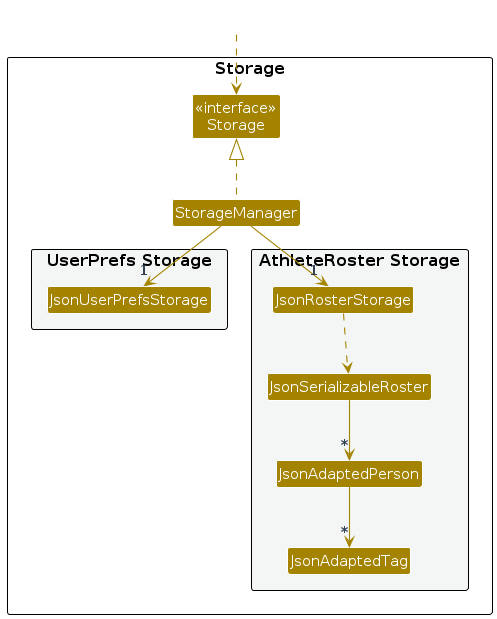
This is diagrams/StorageClassDiagram.png from AY2627S1-CS2103T-T17-2/tp, a PlantUML export, as it was before one commit. Its source is kept beside it as diagrams/StorageClassDiagram.puml.
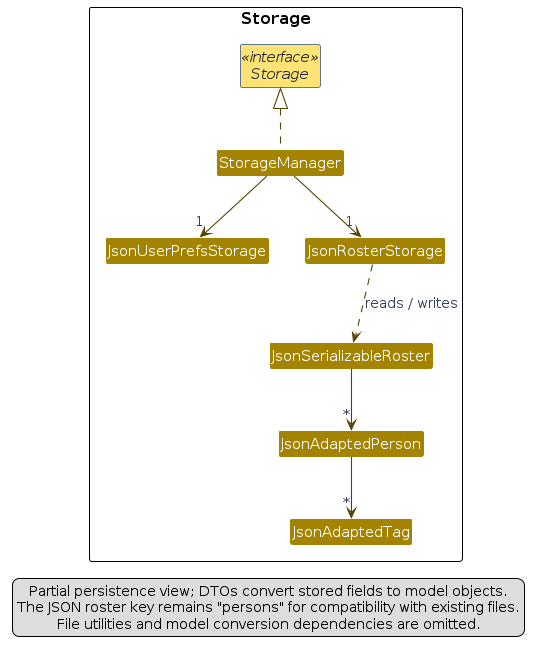
Above is the later version.

Diff of the diagram source:
```diff
@@ -1,36 +1,27 @@
 @startuml
 !include style.puml
-skinparam arrowThickness 1.1
-skinparam arrowColor STORAGE_COLOR
+skinparam ArrowFontStyle plain
+skinparam linetype polyline
+skinparam arrowColor STORAGE_COLOR_T4
 skinparam classBackgroundColor STORAGE_COLOR
-
-package Storage as StoragePackage {
-
-Class "<<interface>>\nStorage" as Storage
-Class StorageManager
-
-package "UserPrefs Storage" #F4F6F6{
-Class JsonUserPrefsStorage
+package "Storage" as StoragePackage {
+    interface Storage <<interface>> STORAGE_COLOR_T1
+    class StorageManager
+    class JsonUserPrefsStorage
+    class JsonRosterStorage
+    class JsonSerializableRoster
+    class JsonAdaptedPerson
+    class JsonAdaptedTag
 }
-
-package "AthleteRoster Storage" #F4F6F6{
-Class JsonRosterStorage
-Class JsonSerializableRoster
-Class JsonAdaptedPerson
-Class JsonAdaptedTag
-}
-
-}
-
-Class HiddenOutside #FFFFFF
-HiddenOutside ..> Storage
-
 StorageManager .up.|> Storage
-StorageManager -down-> "1" JsonUserPrefsStorage
-StorageManager -down-> "1" JsonRosterStorage
-
-JsonRosterStorage ..> JsonSerializableRoster
+StorageManager --> "1" JsonUserPrefsStorage
+StorageManager --> "1" JsonRosterStorage
+JsonRosterStorage ..> JsonSerializableRoster : reads / writes
 JsonSerializableRoster --> "*" JsonAdaptedPerson
 JsonAdaptedPerson --> "*" JsonAdaptedTag
-
+legend bottom
+  Partial persistence view; DTOs convert stored fields to model objects.
+  The JSON roster key remains "persons" for compatibility with existing files.
+  File utilities and model conversion dependencies are omitted.
+endlegend
 @enduml
```
